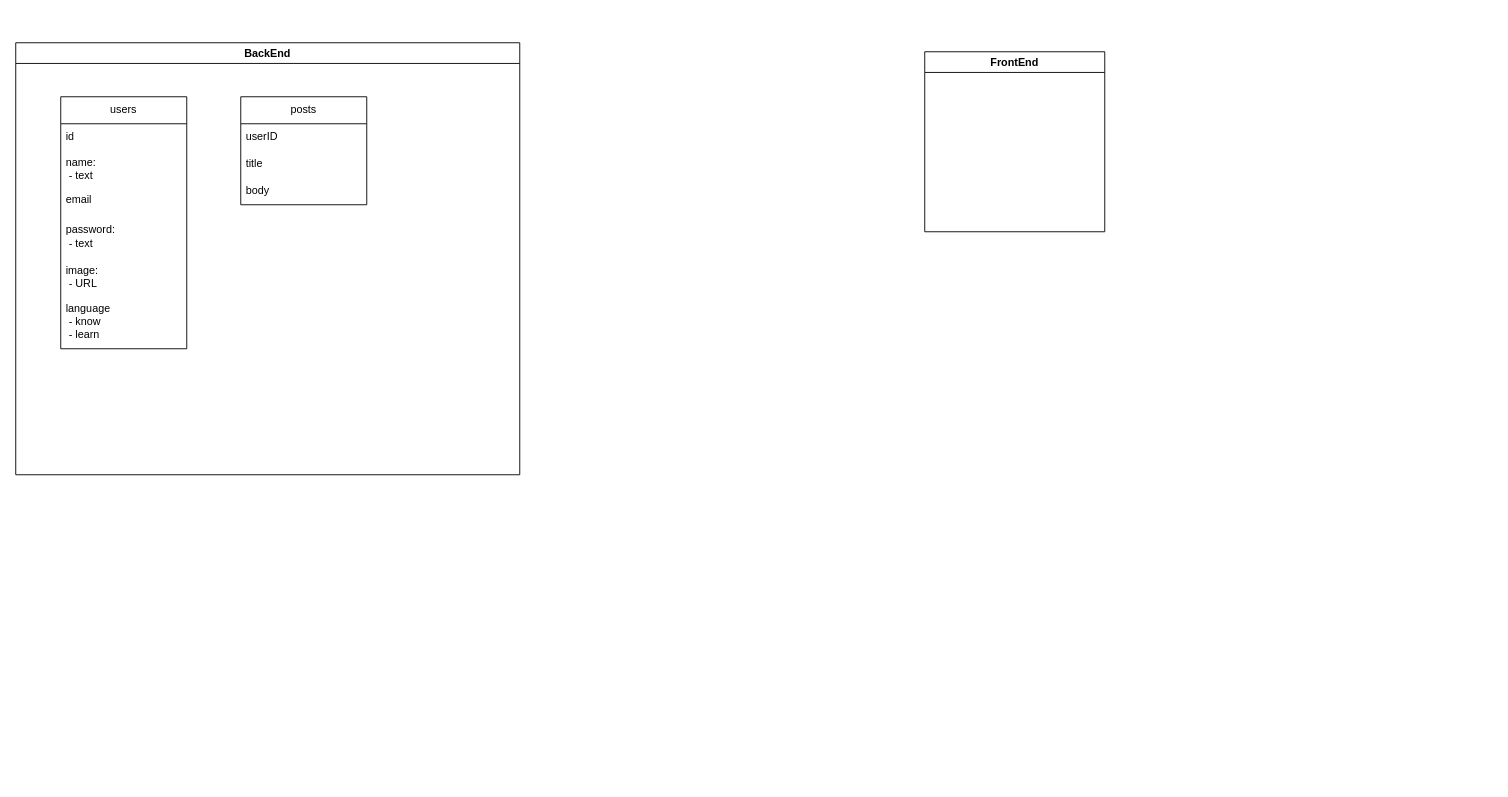
Before: API.drawio in happy436/vue3-ypa, a draw.io diagram. Source tidied: cells renumbered, new cells numbered last; positions are measured from the earlier drawing's top-left corner, leaving out a move shared by most shapes. Both pictures are drawn from the tidied source at 90%, with x=0, y=0 at pixel (15, 42).
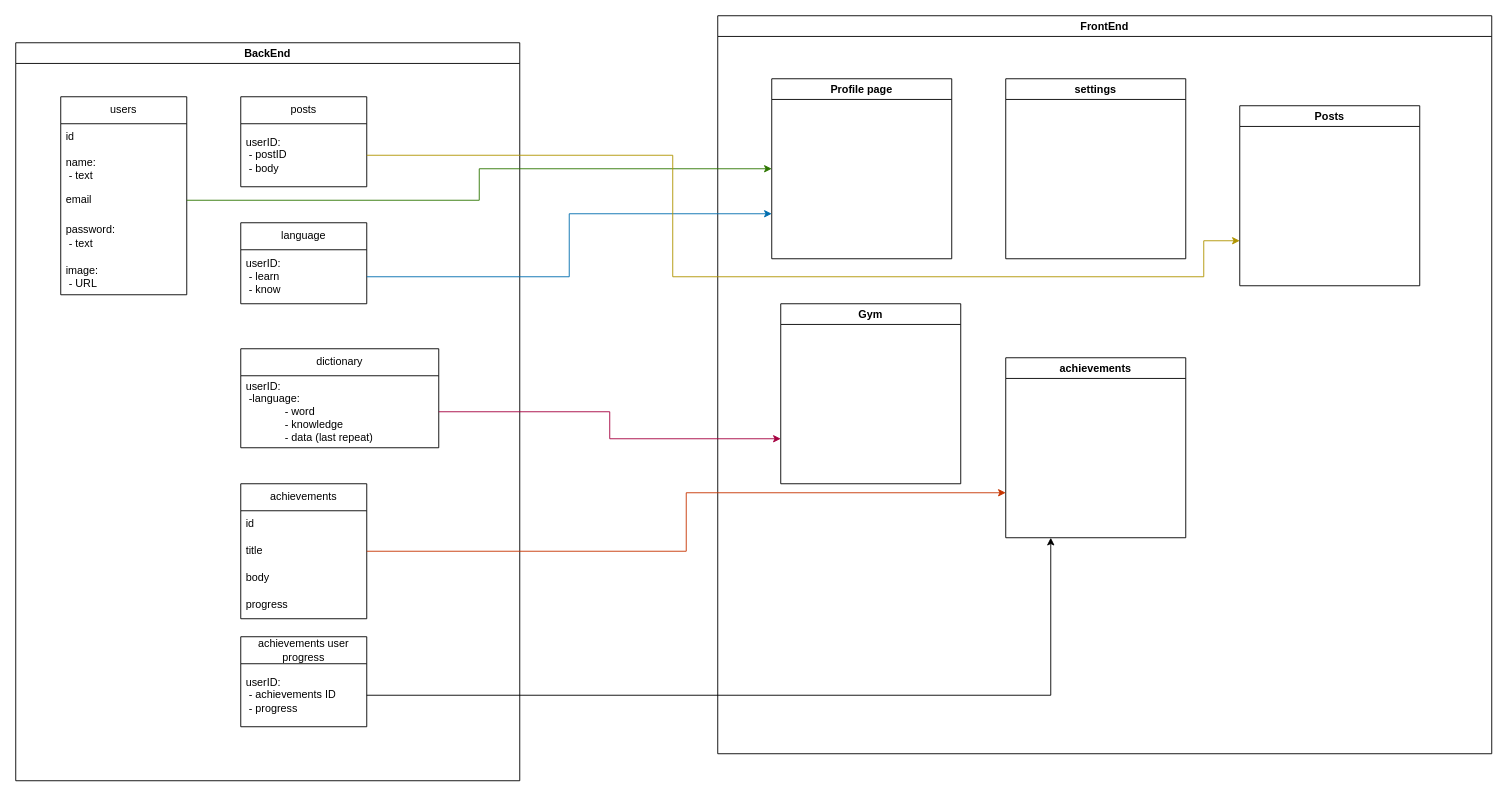
Above is the later version.

The change refers to these unchanged cells:
```xml
<mxCell id="6" value="email" style="text;strokeColor=none;fillColor=none;align=left;verticalAlign=middle;spacingLeft=4;spacingRight=4;overflow=hidden;points=[[0,0.5],[1,0.5]];portConstraint=eastwest;whiteSpace=wrap;html=1;" parent="3" vertex="1">
  <mxGeometry y="100" width="140" height="30" as="geometry" />
</mxCell>
```

Diff of the diagram source:
```diff
@@
     <mxCell id="2" value="BackEnd" style="swimlane;whiteSpace=wrap;html=1;" parent="1" vertex="1">
-      <mxGeometry width="560" height="480" as="geometry" />
+      <mxGeometry width="560" height="820" as="geometry" />
     </mxCell>
     <mxCell id="3" value="users" style="swimlane;fontStyle=0;horizontal=1;startSize=30;whiteSpace=wrap;html=1;" parent="2" vertex="1">
-      <mxGeometry x="50" y="60" width="140" height="280" as="geometry" />
+      <mxGeometry x="50" y="60" width="140" height="220" as="geometry" />
     </mxCell>
@@
-    <mxCell id="9" value="language&lt;br&gt;&lt;span style=&quot;white-space: pre;&quot;&gt; &lt;/span&gt;- know&lt;br&gt;&lt;span style=&quot;white-space: pre;&quot;&gt; &lt;/span&gt;- learn" style="text;strokeColor=none;fillColor=none;align=left;verticalAlign=middle;spacingLeft=4;spacingRight=4;overflow=hidden;whiteSpace=wrap;html=1;" parent="3" vertex="1">
-      <mxGeometry y="220" width="140" height="60" as="geometry" />
-    </mxCell>
     <mxCell id="10" value="posts" style="swimlane;fontStyle=0;horizontal=1;startSize=30;whiteSpace=wrap;html=1;" parent="2" vertex="1">
-      <mxGeometry x="250" y="60" width="140" height="120" as="geometry" />
+      <mxGeometry x="250" y="60" width="140" height="100" as="geometry" />
     </mxCell>
-    <mxCell id="11" value="userID" style="text;strokeColor=none;fillColor=none;align=left;verticalAlign=middle;spacingLeft=4;spacingRight=4;overflow=hidden;points=[[0,0.5],[1,0.5]];portConstraint=eastwest;whiteSpace=wrap;html=1;" parent="10" vertex="1">
-      <mxGeometry y="30" width="140" height="30" as="geometry" />
+    <mxCell id="11" value="userID:&lt;br&gt;&lt;span style=&quot;white-space: pre;&quot;&gt; &lt;/span&gt;- postID&lt;br&gt;&lt;span style=&quot;white-space: pre;&quot;&gt; &lt;/span&gt;- body" style="text;strokeColor=none;fillColor=none;align=left;verticalAlign=middle;spacingLeft=4;spacingRight=4;overflow=hidden;points=[[0,0.5],[1,0.5]];portConstraint=eastwest;whiteSpace=wrap;html=1;" parent="10" vertex="1">
+      <mxGeometry y="30" width="140" height="70" as="geometry" />
     </mxCell>
+    <mxCell id="15" value="language" style="swimlane;fontStyle=0;horizontal=1;startSize=30;whiteSpace=wrap;html=1;" parent="2" vertex="1">
+      <mxGeometry x="250" y="200" width="140" height="90" as="geometry" />
+    </mxCell>
+    <mxCell id="16" value="userID:&lt;br&gt;&lt;span style=&quot;white-space: pre;&quot;&gt; &lt;/span&gt;- learn&lt;br&gt;&lt;span style=&quot;white-space: pre;&quot;&gt; &lt;/span&gt;- know" style="text;strokeColor=none;fillColor=none;align=left;verticalAlign=middle;spacingLeft=4;spacingRight=4;overflow=hidden;points=[[0,0.5],[1,0.5]];portConstraint=eastwest;whiteSpace=wrap;html=1;" parent="15" vertex="1">
+      <mxGeometry y="30" width="140" height="60" as="geometry" />
+    </mxCell>
+    <mxCell id="17" value="dictionary" style="swimlane;fontStyle=0;horizontal=1;startSize=30;whiteSpace=wrap;html=1;" parent="2" vertex="1">
+      <mxGeometry x="250" y="340" width="220" height="110" as="geometry" />
+    </mxCell>
+    <mxCell id="18" value="userID:&lt;br&gt;&lt;span style=&quot;white-space: pre;&quot;&gt; &lt;/span&gt;-language:&amp;nbsp;&lt;br&gt;&lt;blockquote style=&quot;margin: 0 0 0 40px; border: none; padding: 0px;&quot;&gt;&lt;span style=&quot;white-space: pre;&quot;&gt; &lt;/span&gt;- word&lt;br&gt;&lt;span style=&quot;white-space: pre;&quot;&gt; &lt;/span&gt;- knowledge&lt;br&gt;&lt;span style=&quot;white-space: pre;&quot;&gt; &lt;/span&gt;- data (last repeat)&lt;/blockquote&gt;" style="text;strokeColor=none;fillColor=none;align=left;verticalAlign=middle;spacingLeft=4;spacingRight=4;overflow=hidden;points=[[0,0.5],[1,0.5]];portConstraint=eastwest;whiteSpace=wrap;html=1;" parent="17" vertex="1">
+      <mxGeometry y="30" width="220" height="80" as="geometry" />
+    </mxCell>
+    <mxCell id="19" value="achievements" style="swimlane;fontStyle=0;horizontal=1;startSize=30;whiteSpace=wrap;html=1;" parent="2" vertex="1">
+      <mxGeometry x="250" y="490" width="140" height="150" as="geometry" />
+    </mxCell>
+    <mxCell id="20" value="id" style="text;strokeColor=none;fillColor=none;align=left;verticalAlign=middle;spacingLeft=4;spacingRight=4;overflow=hidden;whiteSpace=wrap;html=1;" parent="19" vertex="1">
+      <mxGeometry y="30" width="140" height="30" as="geometry" />
+    </mxCell>
-    <mxCell id="12" value="title" style="text;strokeColor=none;fillColor=none;align=left;verticalAlign=middle;spacingLeft=4;spacingRight=4;overflow=hidden;whiteSpace=wrap;html=1;" parent="10" vertex="1">
+    <mxCell id="12" value="title" style="text;strokeColor=none;fillColor=none;align=left;verticalAlign=middle;spacingLeft=4;spacingRight=4;overflow=hidden;whiteSpace=wrap;html=1;" parent="19" vertex="1">
       <mxGeometry y="60" width="140" height="30" as="geometry" />
     </mxCell>
-    <mxCell id="13" value="body" style="text;strokeColor=none;fillColor=none;align=left;verticalAlign=middle;spacingLeft=4;spacingRight=4;overflow=hidden;whiteSpace=wrap;html=1;" parent="10" vertex="1">
+    <mxCell id="13" value="body" style="text;strokeColor=none;fillColor=none;align=left;verticalAlign=middle;spacingLeft=4;spacingRight=4;overflow=hidden;whiteSpace=wrap;html=1;" parent="19" vertex="1">
       <mxGeometry y="90" width="140" height="30" as="geometry" />
     </mxCell>
+    <mxCell id="21" value="progress" style="text;strokeColor=none;fillColor=none;align=left;verticalAlign=middle;spacingLeft=4;spacingRight=4;overflow=hidden;whiteSpace=wrap;html=1;" parent="19" vertex="1">
+      <mxGeometry y="120" width="140" height="30" as="geometry" />
+    </mxCell>
+    <mxCell id="22" value="achievements user progress" style="swimlane;fontStyle=0;horizontal=1;startSize=30;whiteSpace=wrap;html=1;" parent="2" vertex="1">
+      <mxGeometry x="250" y="660" width="140" height="100" as="geometry" />
+    </mxCell>
+    <mxCell id="23" value="userID:&lt;br&gt;&lt;span style=&quot;white-space: pre;&quot;&gt; &lt;/span&gt;- achievements ID&lt;br&gt;&lt;span style=&quot;white-space: pre;&quot;&gt; &lt;/span&gt;- progress" style="text;strokeColor=none;fillColor=none;align=left;verticalAlign=middle;spacingLeft=4;spacingRight=4;overflow=hidden;points=[[0,0.5],[1,0.5]];portConstraint=eastwest;whiteSpace=wrap;html=1;" parent="22" vertex="1">
+      <mxGeometry y="30" width="140" height="70" as="geometry" />
+    </mxCell>
     <mxCell id="14" value="FrontEnd" style="swimlane;whiteSpace=wrap;html=1;" parent="1" vertex="1">
-      <mxGeometry x="1010" y="10" width="200" height="200" as="geometry" />
+      <mxGeometry x="780" y="-30" width="860" height="820" as="geometry" />
     </mxCell>
+    <mxCell id="24" value="Profile page" style="swimlane;whiteSpace=wrap;html=1;" parent="14" vertex="1">
+      <mxGeometry x="60" y="70" width="200" height="200" as="geometry" />
+    </mxCell>
+    <mxCell id="25" value="settings" style="swimlane;whiteSpace=wrap;html=1;" parent="14" vertex="1">
+      <mxGeometry x="320" y="70" width="200" height="200" as="geometry" />
+    </mxCell>
+    <mxCell id="26" value="achievements" style="swimlane;whiteSpace=wrap;html=1;" parent="14" vertex="1">
+      <mxGeometry x="320" y="380" width="200" height="200" as="geometry" />
+    </mxCell>
+    <mxCell id="27" value="Gym" style="swimlane;whiteSpace=wrap;html=1;" parent="14" vertex="1">
+      <mxGeometry x="70" y="320" width="200" height="200" as="geometry" />
+    </mxCell>
+    <mxCell id="28" value="Posts" style="swimlane;whiteSpace=wrap;html=1;" parent="14" vertex="1">
+      <mxGeometry x="580" y="100" width="200" height="200" as="geometry" />
+    </mxCell>
+    <mxCell id="29" style="edgeStyle=orthogonalEdgeStyle;rounded=0;jettySize=auto;html=1;entryX=0;entryY=0.5;entryDx=0;entryDy=0;fillColor=#60a917;strokeColor=#2D7600;" parent="1" edge="1" source="6" target="24">
+      <mxGeometry relative="1" as="geometry" />
+    </mxCell>
+    <mxCell id="30" style="edgeStyle=orthogonalEdgeStyle;rounded=0;jettySize=auto;html=1;entryX=0;entryY=0.75;entryDx=0;entryDy=0;fillColor=#1ba1e2;strokeColor=#006EAF;" parent="1" edge="1" source="16" target="24">
+      <mxGeometry relative="1" as="geometry" />
+    </mxCell>
+    <mxCell id="31" style="edgeStyle=orthogonalEdgeStyle;rounded=0;jettySize=auto;html=1;fillColor=#d80073;strokeColor=#A50040;entryX=0;entryY=0.75;entryDx=0;entryDy=0;" parent="1" edge="1" source="18" target="27">
+      <mxGeometry relative="1" as="geometry" />
+    </mxCell>
+    <mxCell id="32" style="edgeStyle=orthogonalEdgeStyle;rounded=0;jettySize=auto;html=1;fillColor=#fa6800;strokeColor=#C73500;entryX=0;entryY=0.75;entryDx=0;entryDy=0;" parent="1" edge="1" source="19" target="26">
+      <mxGeometry relative="1" as="geometry" />
+    </mxCell>
+    <mxCell id="33" style="edgeStyle=orthogonalEdgeStyle;rounded=0;jettySize=auto;html=1;entryX=0.25;entryY=1;entryDx=0;entryDy=0;" parent="1" edge="1" source="23" target="26">
+      <mxGeometry relative="1" as="geometry" />
+    </mxCell>
+    <mxCell id="34" style="edgeStyle=orthogonalEdgeStyle;rounded=0;jettySize=auto;html=1;entryX=0;entryY=0.75;entryDx=0;entryDy=0;fillColor=#e3c800;strokeColor=#B09500;" parent="1" edge="1" source="11" target="28">
+      <mxGeometry relative="1" as="geometry">
+        <Array as="points">
+          <mxPoint x="730" y="125" />
+          <mxPoint x="730" y="260" />
+          <mxPoint x="1320" y="260" />
+          <mxPoint x="1320" y="220" />
+        </Array>
+      </mxGeometry>
+    </mxCell>
```
